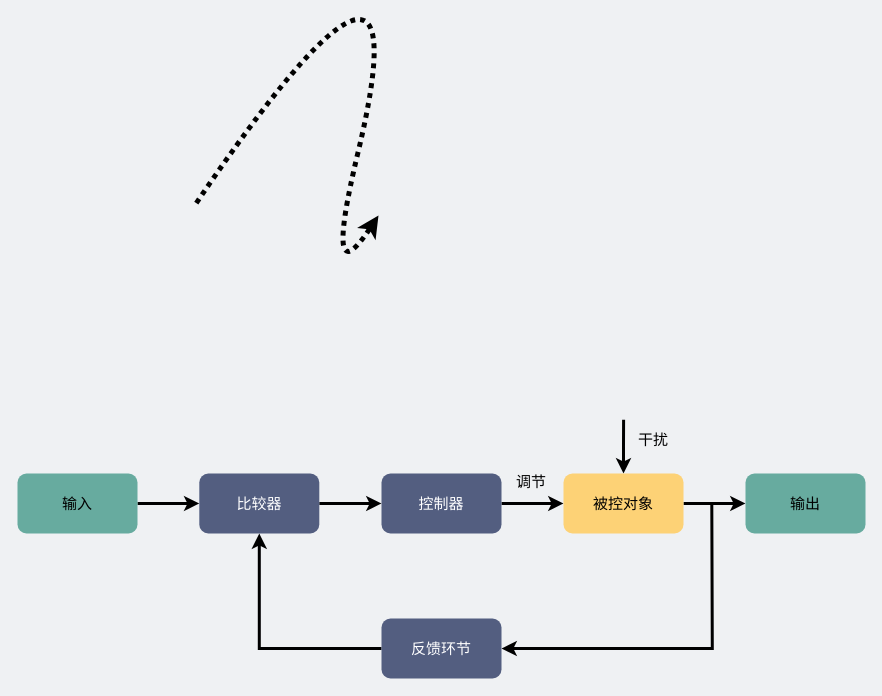
This is go/net/反馈调节系统.drawio from xiaobaiTech/image, a draw.io file, before an edit. Source tidied: cells renumbered, new cells numbered last; positions are measured from the earlier drawing's top-left corner, leaving out a move shared by most shapes. Both pictures are drawn from the tidied source at 100%, with x=0, y=0 at pixel (17, 4).
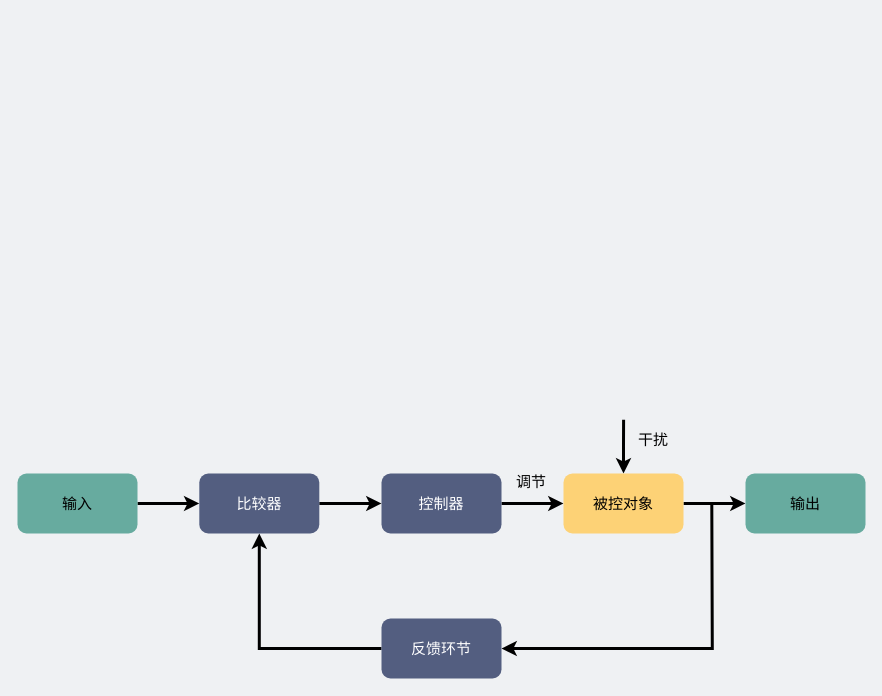
The same diagram, later.

Commit message:
Update 反馈调节系统.drawio

What changed in the source:
```diff
@@
-    <mxCell id="7" style="curved=1;endArrow=classic;html=1;dashed=1;dashPattern=1 1;fontSize=15;strokeWidth=5;fillColor=#67AB9F;exitX=0.847;exitY=-0.121;exitDx=0;exitDy=0;exitPerimeter=0;" parent="1" edge="1">
-      <mxGeometry relative="1" as="geometry">
-        <mxPoint x="178.8" y="198.6" as="sourcePoint" />
-        <mxPoint x="361" y="211" as="targetPoint" />
-        <Array as="points">
-          <mxPoint x="291" y="33" />
-          <mxPoint x="376" />
-          <mxPoint x="305" y="296" />
-        </Array>
-      </mxGeometry>
-    </mxCell>
```
